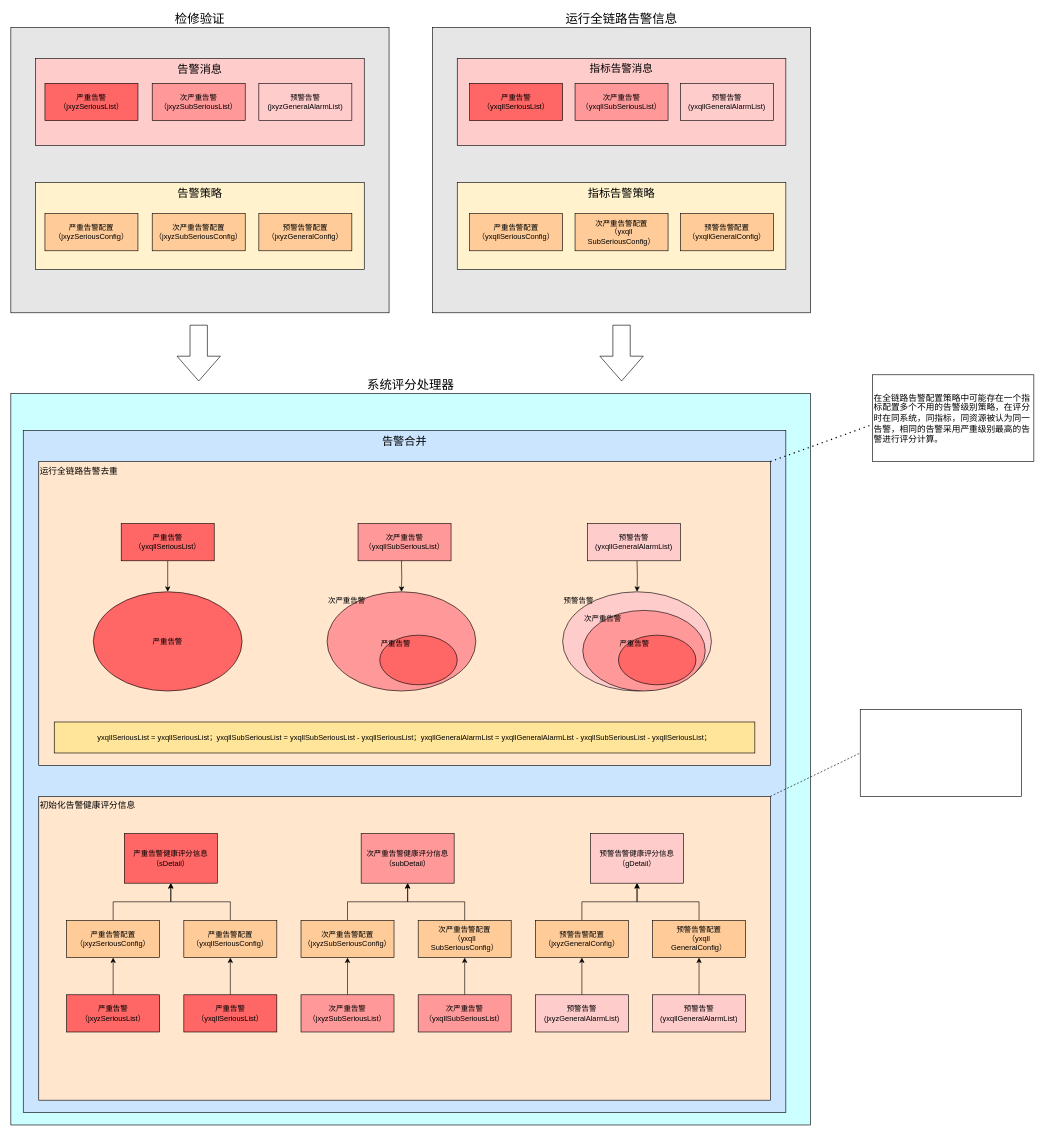
diaosinanshen/draw keeps this draw.io diagram as 健康模型.drawio. Above is the earlier version. Source tidied: cells renumbered, new cells numbered last; positions are measured from the earlier drawing's top-left corner, leaving out a move shared by most shapes. Both pictures are drawn from the tidied source at 62%, with x=0, y=0 at pixel (11, 27).
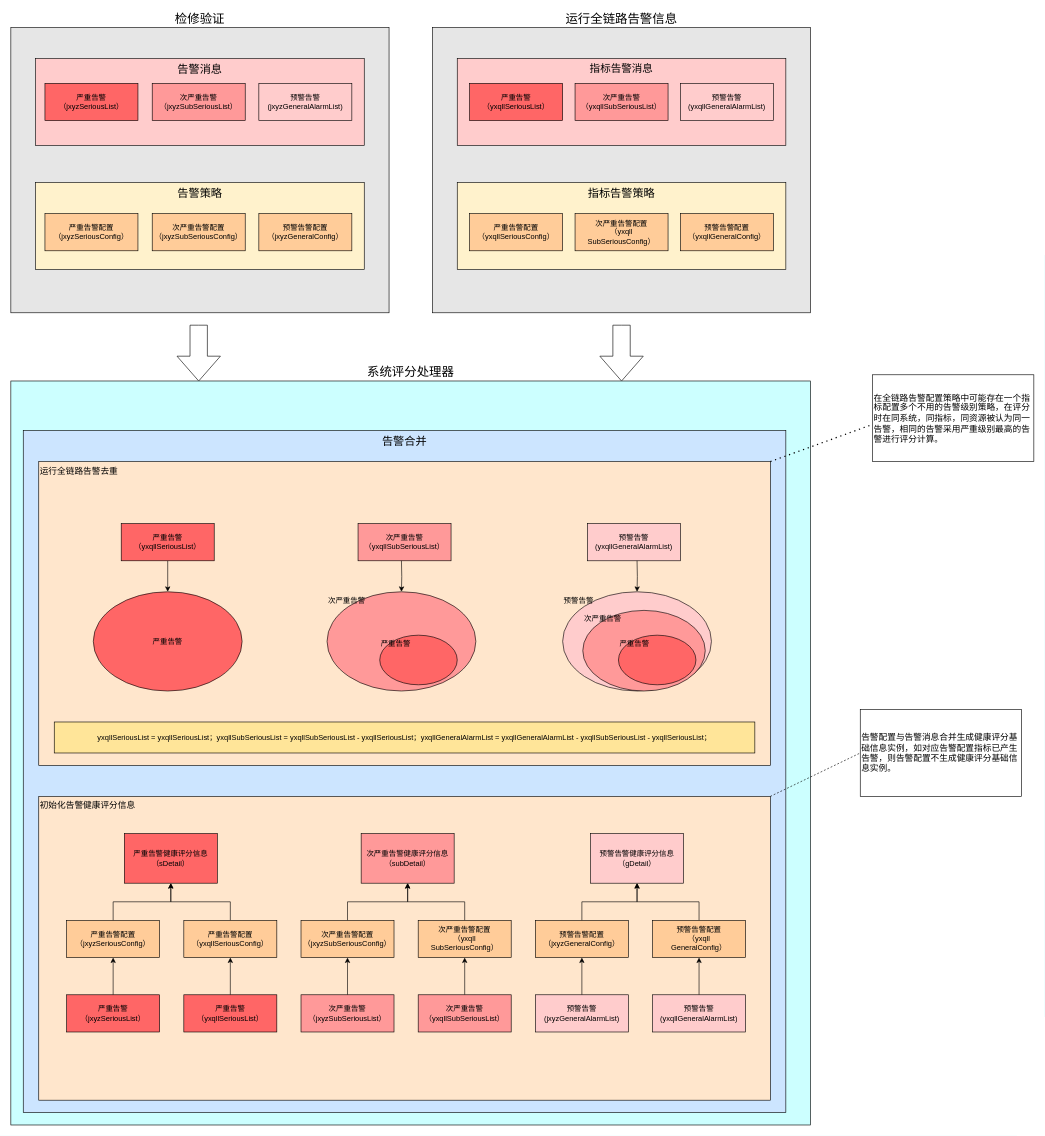
After the change.

Commit message:
更新健康模型.drawio

What changed in the source:
```diff
@@
     <mxCell id="14" value="系统评分处理器" style="rounded=0;whiteSpace=wrap;html=1;verticalAlign=bottom;labelPosition=center;verticalLabelPosition=top;align=center;fillColor=#CCFFFF;fontSize=20;" parent="1" vertex="1">
-      <mxGeometry y="590" width="1290" height="1180" as="geometry" />
+      <mxGeometry y="570" width="1290" height="1200" as="geometry" />
     </mxCell>
@@
-    <mxCell id="69" style="text;html=1;strokeColor=default;fillColor=none;align=left;verticalAlign=middle;whiteSpace=wrap;rounded=0;fontSize=14;" parent="1" vertex="1">
+    <mxCell id="69" value="告警配置与告警消息合并生成健康评分基础信息实例，如对应告警配置指标已产生告警，则告警配置不生成健康评分基础信息实例。" style="text;html=1;strokeColor=default;fillColor=none;align=left;verticalAlign=middle;whiteSpace=wrap;rounded=0;fontSize=14;" parent="1" vertex="1">
       <mxGeometry x="1370" y="1100" width="260" height="140" as="geometry" />
     </mxCell>
```
